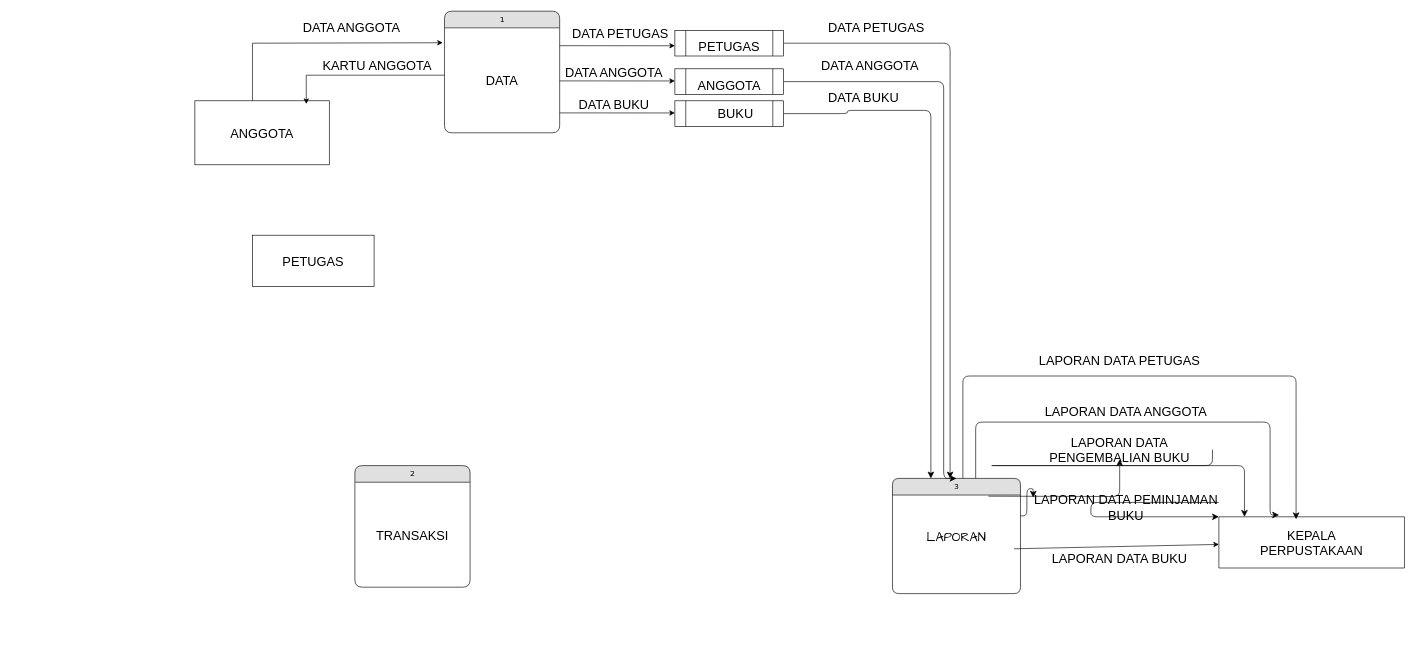
This is Untitled Diagram.drawio from htmledan/introduction-to-github, a draw.io file, before an edit. Source tidied: cells renumbered, new cells numbered last; positions are measured from the earlier drawing's top-left corner, leaving out a move shared by most shapes. Both pictures are drawn from the tidied source at 64%, with x=0, y=0 at pixel (195, 11).
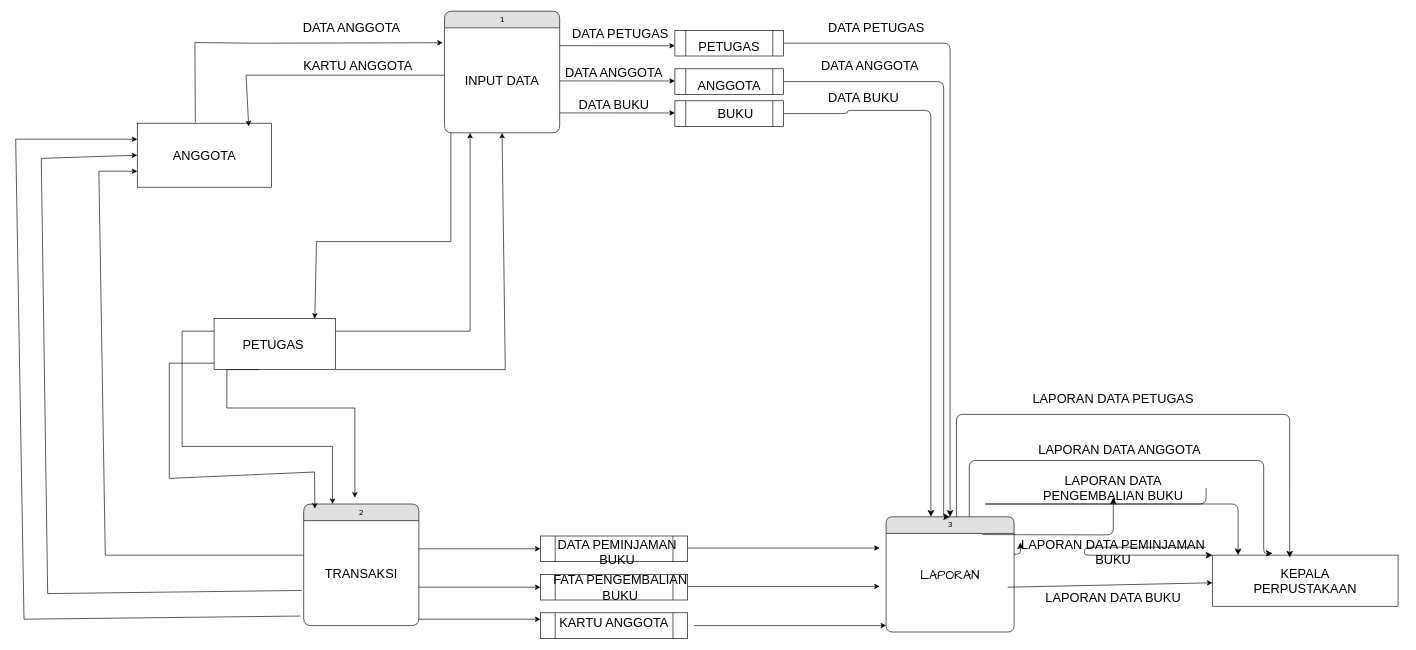
The same diagram, later.

The change refers to these unchanged cells:
```xml
<mxCell id="3" value="TRANSAKSI" style="text;html=1;align=center;verticalAlign=middle;whiteSpace=wrap;rounded=0;fontSize=20;" parent="2" vertex="1">
  <mxGeometry y="26" width="180" height="164" as="geometry" />
</mxCell>
<mxCell id="14" value="1" style="swimlane;html=1;fontStyle=0;horizontal=1;startSize=26;fillColor=#e0e0e0;swimlaneFillColor=#ffffff;align=center;rounded=1;shadow=0;comic=0;labelBackgroundColor=none;strokeWidth=1;fontFamily=Verdana;fontSize=12;" parent="1" vertex="1">
  <mxGeometry x="390" width="180" height="190" as="geometry" />
</mxCell>
```

The edit, as a diff of the source:
```diff
@@
     <mxCell id="2" value="2" style="swimlane;html=1;fontStyle=0;horizontal=1;startSize=26;fillColor=#e0e0e0;swimlaneFillColor=#ffffff;align=center;rounded=1;shadow=0;comic=0;labelBackgroundColor=none;strokeWidth=1;fontFamily=Verdana;fontSize=12;" parent="1" vertex="1">
-      <mxGeometry x="250" y="710" width="180" height="190" as="geometry" />
+      <mxGeometry x="170" y="770" width="180" height="190" as="geometry" />
     </mxCell>
+    <mxCell id="4" style="edgeStyle=none;rounded=0;orthogonalLoop=1;jettySize=auto;html=1;exitX=0.25;exitY=0;exitDx=0;exitDy=0;" parent="2" edge="1" source="3" target="3">
+      <mxGeometry relative="1" as="geometry" />
+    </mxCell>
@@
-    <mxCell id="4" style="edgeStyle=none;rounded=0;orthogonalLoop=1;jettySize=auto;html=1;exitX=0.25;exitY=0;exitDx=0;exitDy=0;" parent="2" edge="1" source="3" target="3">
-      <mxGeometry relative="1" as="geometry" />
-    </mxCell>
     <mxCell id="5" value="3" style="swimlane;html=1;fontStyle=0;horizontal=1;startSize=26;fillColor=#e0e0e0;swimlaneFillColor=#ffffff;align=center;rounded=1;shadow=0;comic=0;labelBackgroundColor=none;strokeWidth=1;fontFamily=Verdana;fontSize=12;arcSize=13;" parent="1" vertex="1">
-      <mxGeometry x="1090" y="730" width="200" height="180" as="geometry" />
+      <mxGeometry x="1080" y="790" width="200" height="180" as="geometry" />
     </mxCell>
@@
     <mxCell id="8" style="edgeStyle=orthogonalEdgeStyle;html=1;exitX=1;exitY=0.25;labelBackgroundColor=none;startFill=0;startSize=8;endFill=1;endSize=8;fontFamily=Verdana;fontSize=12;entryX=0;entryY=0;entryDx=0;entryDy=0;exitDx=0;exitDy=0;" parent="1" edge="1" source="21" target="10">
       <mxGeometry relative="1" as="geometry">
         <Array as="points">
-          <mxPoint x="1400" y="790" />
+          <mxPoint x="1390" y="850" />
         </Array>
       </mxGeometry>
     </mxCell>
     <mxCell id="9" style="edgeStyle=orthogonalEdgeStyle;html=1;exitX=1;exitY=0.5;labelBackgroundColor=none;startFill=0;startSize=8;endFill=1;endSize=8;fontFamily=Verdana;fontSize=12;entryX=0.324;entryY=-0.036;entryDx=0;entryDy=0;entryPerimeter=0;" parent="1" edge="1" target="10">
       <mxGeometry relative="1" as="geometry">
-        <mxPoint x="1220" y="729.8" as="sourcePoint" />
+        <mxPoint x="1210" y="789.8" as="sourcePoint" />
         <Array as="points">
-          <mxPoint x="1220" y="642" />
-          <mxPoint x="1680" y="642" />
-          <mxPoint x="1680" y="787" />
+          <mxPoint x="1210" y="702" />
+          <mxPoint x="1670" y="702" />
+          <mxPoint x="1670" y="847" />
         </Array>
       </mxGeometry>
     </mxCell>
     <mxCell id="10" style="swimlane;startSize=0;" parent="1" vertex="1">
-      <mxGeometry x="1600" y="790" width="290" height="80" as="geometry" />
+      <mxGeometry x="1590" y="850" width="290" height="80" as="geometry" />
     </mxCell>
@@
     <mxCell id="12" style="edgeStyle=orthogonalEdgeStyle;html=1;exitX=1;exitY=0.5;labelBackgroundColor=none;startFill=0;startSize=8;endFill=1;endSize=8;fontFamily=Verdana;fontSize=12;entryX=0.416;entryY=0.047;entryDx=0;entryDy=0;entryPerimeter=0;" parent="1" edge="1" target="10">
       <mxGeometry relative="1" as="geometry">
-        <mxPoint x="1200" y="729.8" as="sourcePoint" />
+        <mxPoint x="1190" y="789.8" as="sourcePoint" />
         <Array as="points">
-          <mxPoint x="1200" y="570" />
-          <mxPoint x="1720" y="570" />
+          <mxPoint x="1190" y="630" />
+          <mxPoint x="1710" y="630" />
         </Array>
       </mxGeometry>
     </mxCell>
     <mxCell id="13" style="edgeStyle=none;rounded=0;jettySize=auto;html=1;" parent="1" edge="1" target="10">
       <mxGeometry relative="1" as="geometry">
-        <mxPoint x="1280" y="840" as="sourcePoint" />
+        <mxPoint x="1270" y="900" as="sourcePoint" />
       </mxGeometry>
     </mxCell>
@@
-    <mxCell id="15" value="DATA" style="text;html=1;align=center;verticalAlign=middle;whiteSpace=wrap;rounded=0;fontSize=20;" parent="14" vertex="1">
+    <mxCell id="15" value="INPUT DATA" style="text;html=1;align=center;verticalAlign=middle;whiteSpace=wrap;rounded=0;fontSize=20;" parent="14" vertex="1">
       <mxGeometry y="26" width="180" height="164" as="geometry" />
     </mxCell>
     <mxCell id="16" style="rounded=0;whiteSpace=wrap;html=1;" parent="1" vertex="1">
-      <mxGeometry y="140" width="210" height="100" as="geometry" />
+      <mxGeometry x="-90" y="175" width="210" height="100" as="geometry" />
     </mxCell>
     <mxCell id="17" value="ANGGOTA" style="text;html=1;align=center;verticalAlign=middle;whiteSpace=wrap;rounded=0;fontSize=20;" parent="1" vertex="1">
-      <mxGeometry x="55" y="175" width="100" height="30" as="geometry" />
+      <mxGeometry x="-35" y="210" width="100" height="30" as="geometry" />
     </mxCell>
     <mxCell id="18" value="LAPORAN DATA PETUGAS" style="text;html=1;align=center;verticalAlign=middle;whiteSpace=wrap;rounded=0;fontSize=20;" parent="1" vertex="1">
-      <mxGeometry x="1300" y="530" width="290" height="30" as="geometry" />
+      <mxGeometry x="1290" y="590" width="290" height="30" as="geometry" />
     </mxCell>
     <mxCell id="19" value="LAPORAN DATA ANGGOTA" style="text;html=1;align=center;verticalAlign=middle;whiteSpace=wrap;rounded=0;fontSize=20;" parent="1" vertex="1">
-      <mxGeometry x="1310" y="610" width="290" height="30" as="geometry" />
+      <mxGeometry x="1300" y="670" width="290" height="30" as="geometry" />
     </mxCell>
@@
     <mxCell id="21" value="LAPORAN DATA PEMINJAMAN BUKU" style="text;html=1;align=center;verticalAlign=middle;whiteSpace=wrap;rounded=0;fontSize=20;" parent="1" vertex="1">
-      <mxGeometry x="1310" y="760" width="290" height="30" as="geometry" />
+      <mxGeometry x="1290" y="830" width="290" height="30" as="geometry" />
     </mxCell>
     <mxCell id="22" value="LAPORAN DATA BUKU" style="text;html=1;align=center;verticalAlign=middle;whiteSpace=wrap;rounded=0;fontSize=20;" parent="1" vertex="1">
-      <mxGeometry x="1300" y="840" width="290" height="30" as="geometry" />
+      <mxGeometry x="1290" y="900" width="290" height="30" as="geometry" />
     </mxCell>
     <mxCell id="23" style="edgeStyle=orthogonalEdgeStyle;html=1;exitX=1;exitY=0.5;labelBackgroundColor=none;startFill=0;startSize=8;endFill=1;endSize=8;fontFamily=Verdana;fontSize=12;" parent="1" edge="1" source="25">
       <mxGeometry relative="1" as="geometry">
-        <mxPoint x="1640" y="790" as="targetPoint" />
+        <mxPoint x="1630" y="850" as="targetPoint" />
         <Array as="points">
-          <mxPoint x="1240" y="710" />
-          <mxPoint x="1640" y="710" />
-          <mxPoint x="1640" y="815" />
+          <mxPoint x="1230" y="770" />
+          <mxPoint x="1630" y="770" />
+          <mxPoint x="1630" y="875" />
         </Array>
       </mxGeometry>
     </mxCell>
     <mxCell id="24" style="edgeStyle=orthogonalEdgeStyle;html=1;exitX=1;exitY=0.5;labelBackgroundColor=none;startFill=0;startSize=8;endFill=1;endSize=8;fontFamily=Verdana;fontSize=12;" parent="1" edge="1" target="25">
       <mxGeometry relative="1" as="geometry">
-        <mxPoint x="1240" y="757.8" as="sourcePoint" />
+        <mxPoint x="1230" y="817.8" as="sourcePoint" />
       </mxGeometry>
     </mxCell>
     <mxCell id="25" value="LAPORAN DATA PENGEMBALIAN BUKU" style="text;html=1;align=center;verticalAlign=middle;whiteSpace=wrap;rounded=0;fontSize=20;" parent="1" vertex="1">
-      <mxGeometry x="1300" y="670" width="290" height="30" as="geometry" />
+      <mxGeometry x="1290" y="730" width="290" height="30" as="geometry" />
     </mxCell>
@@
     <mxCell id="43" style="rounded=0;whiteSpace=wrap;html=1;" parent="1" vertex="1">
-      <mxGeometry x="90" y="350" width="190" height="80" as="geometry" />
+      <mxGeometry x="30" y="480" width="190" height="80" as="geometry" />
     </mxCell>
     <mxCell id="44" value="PETUGAS" style="text;html=1;align=center;verticalAlign=middle;whiteSpace=wrap;rounded=0;fontSize=20;" parent="1" vertex="1">
-      <mxGeometry x="135" y="375" width="100" height="30" as="geometry" />
+      <mxGeometry x="75" y="505" width="95" height="30" as="geometry" />
     </mxCell>
-    <mxCell id="45" style="endArrow=classic;html=1;rounded=0;exitX=0.5;exitY=0;exitDx=0;exitDy=0;entryX=-0.015;entryY=0.142;entryDx=0;entryDy=0;entryPerimeter=0;" parent="1" edge="1" target="15">
+    <mxCell id="45" style="endArrow=classic;html=1;rounded=0;exitX=0.432;exitY=-0.012;exitDx=0;exitDy=0;entryX=-0.015;entryY=0.142;entryDx=0;entryDy=0;entryPerimeter=0;exitPerimeter=0;" parent="1" edge="1" source="16" target="15">
       <mxGeometry relative="1" as="geometry">
-        <mxPoint x="90" y="140" as="sourcePoint" />
         <Array as="points">
+          <mxPoint y="49" />
           <mxPoint x="90" y="50" />
         </Array>
       </mxGeometry>
     </mxCell>
     <mxCell id="46" style="endArrow=classic;html=1;rounded=0;exitX=0.01;exitY=0.413;exitDx=0;exitDy=0;exitPerimeter=0;entryX=0.829;entryY=0.049;entryDx=0;entryDy=0;entryPerimeter=0;" parent="1" edge="1" target="16">
       <mxGeometry relative="1" as="geometry">
         <mxPoint x="390" y="100" as="sourcePoint" />
         <Array as="points">
-          <mxPoint x="174" y="100" />
+          <mxPoint x="80" y="100" />
         </Array>
       </mxGeometry>
     </mxCell>
@@
     <mxCell id="48" value="KARTU ANGGOTA" style="text;html=1;align=center;verticalAlign=middle;whiteSpace=wrap;rounded=0;fontSize=20;" parent="1" vertex="1">
-      <mxGeometry x="140" y="70" width="290" height="30" as="geometry" />
+      <mxGeometry x="110" y="70" width="290" height="30" as="geometry" />
     </mxCell>
+    <mxCell id="49" style="endArrow=classic;html=1;rounded=0;exitX=1;exitY=0.25;exitDx=0;exitDy=0;" parent="1" edge="1" source="43">
+      <mxGeometry relative="1" as="geometry">
+        <mxPoint x="430" y="190" as="targetPoint" />
+        <Array as="points">
+          <mxPoint x="430" y="500" />
+        </Array>
+      </mxGeometry>
+    </mxCell>
+    <mxCell id="50" style="endArrow=classic;html=1;rounded=0;exitX=1;exitY=1;exitDx=0;exitDy=0;entryX=0.5;entryY=1;entryDx=0;entryDy=0;" parent="1" edge="1" source="43" target="15">
+      <mxGeometry relative="1" as="geometry">
+        <Array as="points">
+          <mxPoint x="485" y="560" />
+        </Array>
+      </mxGeometry>
+    </mxCell>
+    <mxCell id="51" style="edgeStyle=none;rounded=0;orthogonalLoop=1;jettySize=auto;html=1;entryX=0;entryY=1;entryDx=0;entryDy=0;" parent="1" edge="1" source="21" target="21">
+      <mxGeometry relative="1" as="geometry" />
+    </mxCell>
+    <mxCell id="52" style="endArrow=classic;html=1;rounded=0;entryX=0;entryY=0.75;entryDx=0;entryDy=0;" parent="1" edge="1" target="16">
+      <mxGeometry relative="1" as="geometry">
+        <mxPoint x="170" y="850" as="sourcePoint" />
+        <Array as="points">
+          <mxPoint x="-140" y="850" />
+          <mxPoint x="-150" y="250" />
+        </Array>
+      </mxGeometry>
+    </mxCell>
+    <mxCell id="53" style="endArrow=classic;html=1;rounded=0;entryX=0.828;entryY=0.006;entryDx=0;entryDy=0;entryPerimeter=0;" parent="1" edge="1" target="43">
+      <mxGeometry relative="1" as="geometry">
+        <mxPoint x="400" y="190" as="sourcePoint" />
+        <Array as="points">
+          <mxPoint x="400" y="360" />
+          <mxPoint x="190" y="360" />
+        </Array>
+      </mxGeometry>
+    </mxCell>
+    <mxCell id="54" style="endArrow=classic;html=1;rounded=0;entryX=0;entryY=0.25;entryDx=0;entryDy=0;exitX=-0.028;exitY=0.909;exitDx=0;exitDy=0;exitPerimeter=0;" parent="1" edge="1" source="3" target="16">
+      <mxGeometry relative="1" as="geometry">
+        <Array as="points">
+          <mxPoint x="-267" y="950" />
+          <mxPoint x="-280" y="200" />
+        </Array>
+      </mxGeometry>
+    </mxCell>
+    <mxCell id="55" style="endArrow=classic;html=1;rounded=0;entryX=0;entryY=0.5;entryDx=0;entryDy=0;exitX=-0.014;exitY=0.665;exitDx=0;exitDy=0;exitPerimeter=0;" parent="1" edge="1" source="3" target="16">
+      <mxGeometry relative="1" as="geometry">
+        <Array as="points">
+          <mxPoint x="-230" y="910" />
+          <mxPoint x="-240" y="230" />
+        </Array>
+      </mxGeometry>
+    </mxCell>
+    <mxCell id="56" style="endArrow=classic;html=1;rounded=0;" parent="1" edge="1">
+      <mxGeometry relative="1" as="geometry">
+        <mxPoint x="350" y="840" as="sourcePoint" />
+        <mxPoint x="540" y="840" as="targetPoint" />
+      </mxGeometry>
+    </mxCell>
+    <mxCell id="57" style="endArrow=classic;html=1;rounded=0;" parent="1" edge="1">
+      <mxGeometry relative="1" as="geometry">
+        <mxPoint x="350" y="900" as="sourcePoint" />
+        <mxPoint x="540" y="900" as="targetPoint" />
+      </mxGeometry>
+    </mxCell>
+    <mxCell id="58" style="endArrow=classic;html=1;rounded=0;" parent="1" edge="1">
+      <mxGeometry relative="1" as="geometry">
+        <mxPoint x="350" y="950" as="sourcePoint" />
+        <mxPoint x="540" y="950" as="targetPoint" />
+      </mxGeometry>
+    </mxCell>
+    <mxCell id="59" style="shape=process;whiteSpace=wrap;html=1;backgroundOutline=1;" parent="1" vertex="1">
+      <mxGeometry x="540" y="820" width="230" height="40" as="geometry" />
+    </mxCell>
+    <mxCell id="60" style="shape=process;whiteSpace=wrap;html=1;backgroundOutline=1;" parent="1" vertex="1">
+      <mxGeometry x="540" y="880" width="230" height="40" as="geometry" />
+    </mxCell>
+    <mxCell id="61" style="shape=process;whiteSpace=wrap;html=1;backgroundOutline=1;" parent="1" vertex="1">
+      <mxGeometry x="540" y="940" width="230" height="40" as="geometry" />
+    </mxCell>
+    <mxCell id="62" style="endArrow=classic;html=1;rounded=0;" parent="1" edge="1">
+      <mxGeometry relative="1" as="geometry">
+        <mxPoint x="780" y="960" as="sourcePoint" />
+        <mxPoint x="1080" y="960" as="targetPoint" />
+      </mxGeometry>
+    </mxCell>
+    <mxCell id="63" style="endArrow=classic;html=1;rounded=0;" parent="1" edge="1">
+      <mxGeometry relative="1" as="geometry">
+        <mxPoint x="770" y="898.8" as="sourcePoint" />
+        <mxPoint x="1070" y="898.8" as="targetPoint" />
+      </mxGeometry>
+    </mxCell>
+    <mxCell id="64" style="endArrow=classic;html=1;rounded=0;" parent="1" edge="1">
+      <mxGeometry relative="1" as="geometry">
+        <mxPoint x="770" y="838.8" as="sourcePoint" />
+        <mxPoint x="1070" y="838.8" as="targetPoint" />
+      </mxGeometry>
+    </mxCell>
+    <mxCell id="65" style="endArrow=classic;html=1;rounded=0;entryX=0.097;entryY=0.039;entryDx=0;entryDy=0;entryPerimeter=0;" parent="1" edge="1" target="2">
+      <mxGeometry relative="1" as="geometry">
+        <mxPoint x="30" y="550" as="sourcePoint" />
+        <Array as="points">
+          <mxPoint x="-40" y="550" />
+          <mxPoint x="-40" y="730" />
+          <mxPoint x="187" y="720" />
+        </Array>
+      </mxGeometry>
+    </mxCell>
+    <mxCell id="66" style="endArrow=classic;html=1;rounded=0;entryX=0.25;entryY=0;entryDx=0;entryDy=0;" parent="1" edge="1" target="2">
+      <mxGeometry relative="1" as="geometry">
+        <mxPoint x="30" y="500" as="sourcePoint" />
+        <Array as="points">
+          <mxPoint x="-20" y="500" />
+          <mxPoint x="-20" y="680" />
+          <mxPoint x="215" y="680" />
+        </Array>
+      </mxGeometry>
+    </mxCell>
+    <mxCell id="67" style="endArrow=classic;html=1;rounded=0;" parent="1" edge="1">
+      <mxGeometry relative="1" as="geometry">
+        <mxPoint x="100" y="560" as="sourcePoint" />
+        <mxPoint x="250" y="760" as="targetPoint" />
+        <Array as="points">
+          <mxPoint x="50" y="560" />
+          <mxPoint x="50" y="620" />
+          <mxPoint x="250" y="620" />
+        </Array>
+      </mxGeometry>
+    </mxCell>
+    <mxCell id="68" value="DATA PEMINJAMAN BUKU" style="text;html=1;align=center;verticalAlign=middle;whiteSpace=wrap;rounded=0;fontSize=20;" parent="1" vertex="1">
+      <mxGeometry x="550" y="830" width="220" height="30" as="geometry" />
+    </mxCell>
+    <mxCell id="69" value="FATA PENGEMBALIAN BUKU" style="text;html=1;align=center;verticalAlign=middle;whiteSpace=wrap;rounded=0;fontSize=20;" parent="1" vertex="1">
+      <mxGeometry x="555" y="885" width="220" height="30" as="geometry" />
+    </mxCell>
+    <mxCell id="70" value="KARTU ANGGOTA" style="text;html=1;align=center;verticalAlign=middle;whiteSpace=wrap;rounded=0;fontSize=20;" parent="1" vertex="1">
+      <mxGeometry x="545" y="940" width="220" height="30" as="geometry" />
+    </mxCell>
```
